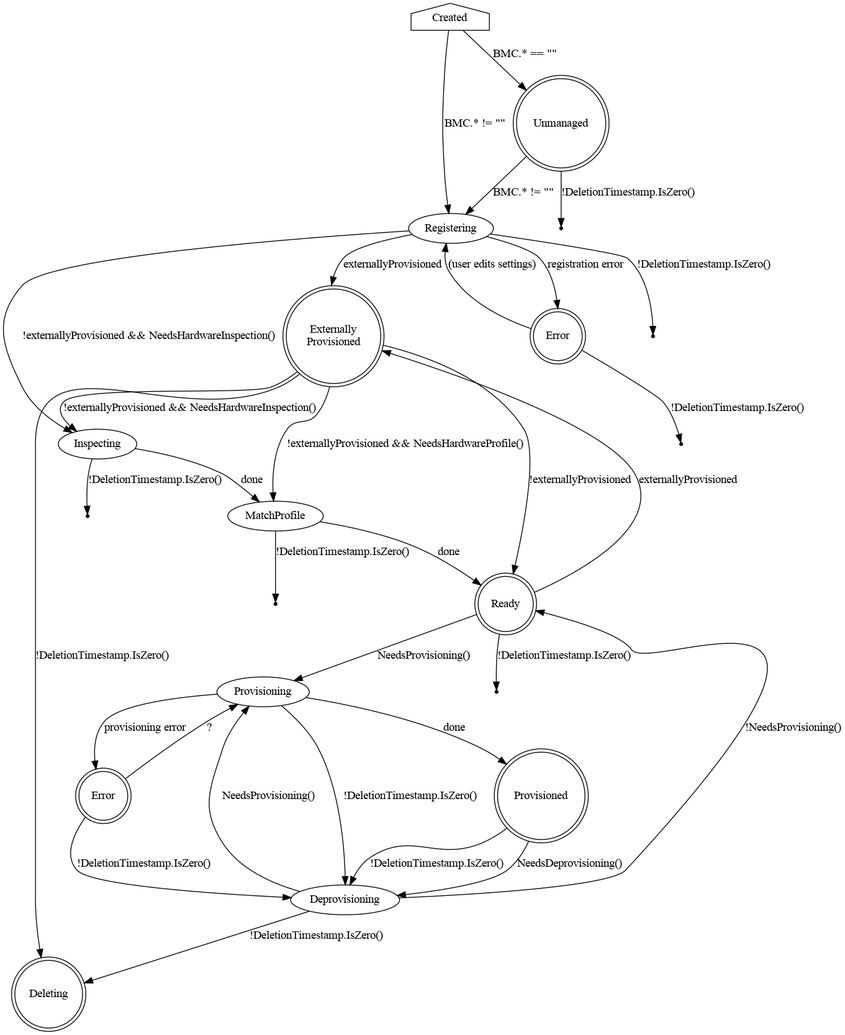
This is docs/BaremetalHost_ProvisioningState.png from metal3-io/baremetal-operator, a Graphviz export, as it was before one commit. Its source is kept beside it as docs/BaremetalHost_ProvisioningState.dot.
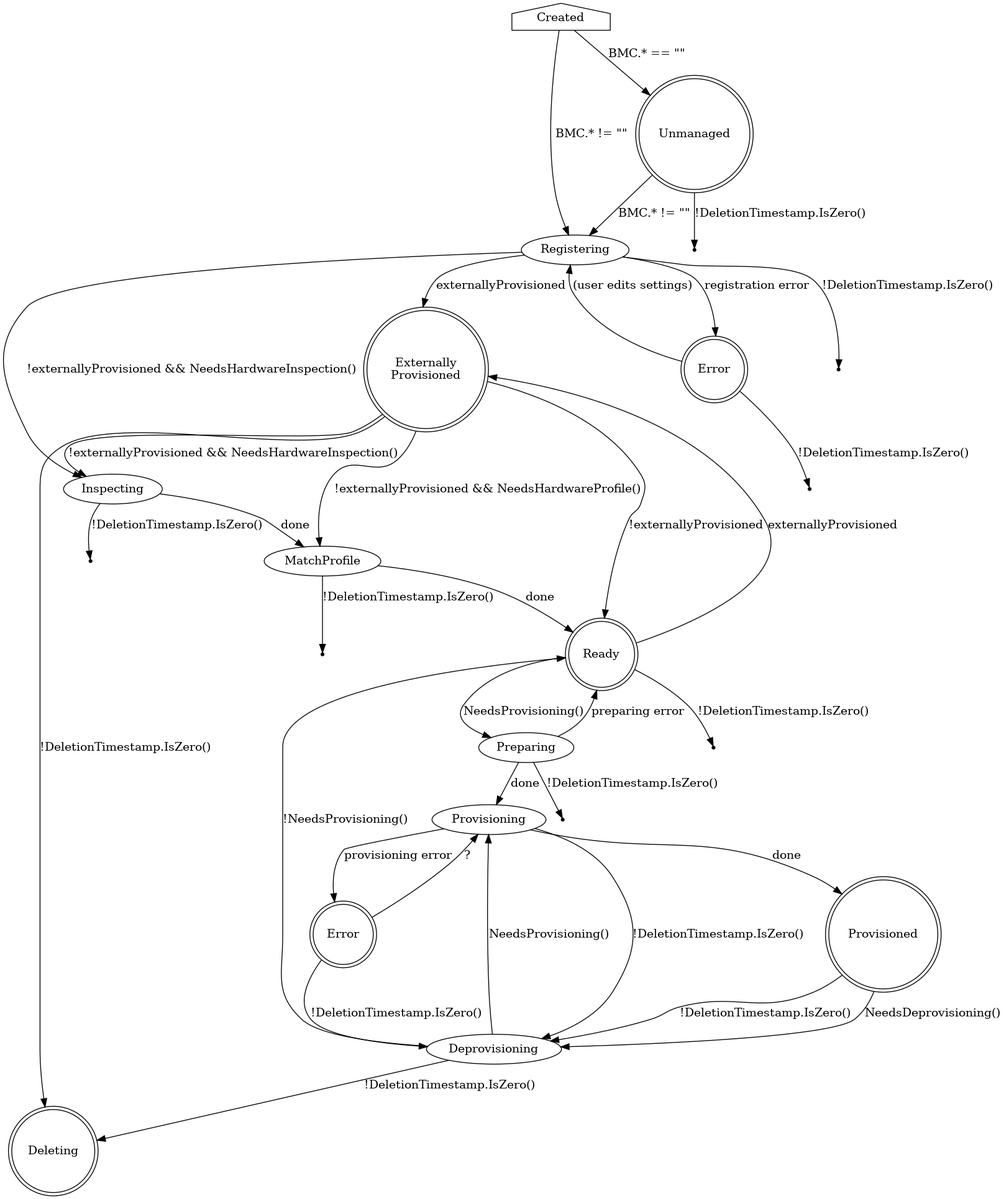
After the change.

The edit, as a diff of the source:
```diff
@@ -40,10 +40,16 @@
     Deleting5 [shape=point]
 
     Ready [shape=doublecircle]
-    Ready -> Provisioning [label="NeedsProvisioning()"]
+    Ready -> Preparing [label="NeedsProvisioning()"]
     Ready -> Deleting6 [label="!DeletionTimestamp.IsZero()"]
 
     Deleting6 [shape=point]
+
+    Preparing -> Provisioning [label="done"]
+    Preparing -> Ready [label="preparing error"]
+    Preparing -> Deleting7 [label="!DeletionTimestamp.IsZero()"]
+
+    Deleting7 [shape=point]
 
     Provisioning -> Provisioned [label=done]
     Provisioning -> ProvisioningError [label="provisioning error"]
```
